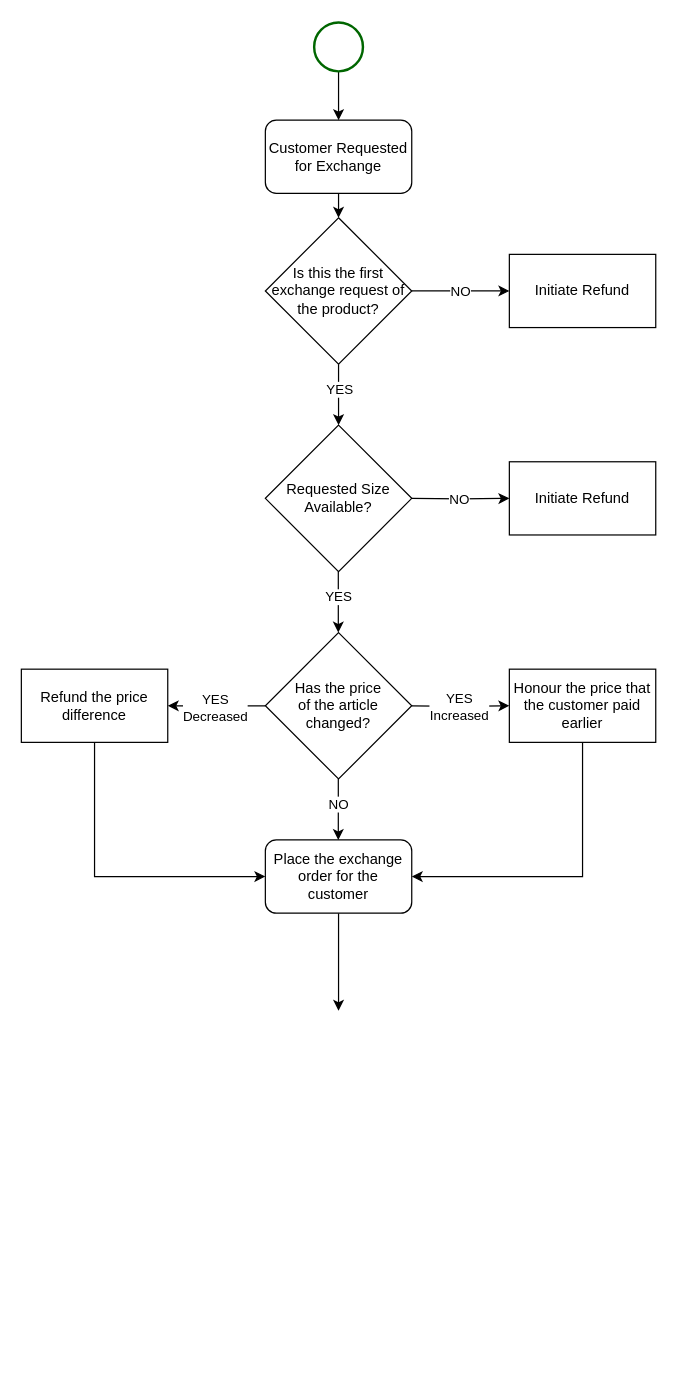
Above: Exchange.drawio in SaketNarayane/ProcessFlows (draw.io), before the change. Source tidied: cells renumbered, new cells numbered last; positions are measured from the earlier drawing's top-left corner, leaving out a move shared by most shapes. Both pictures are drawn from the tidied source at 122%, with x=0, y=0 at pixel (21, 22).
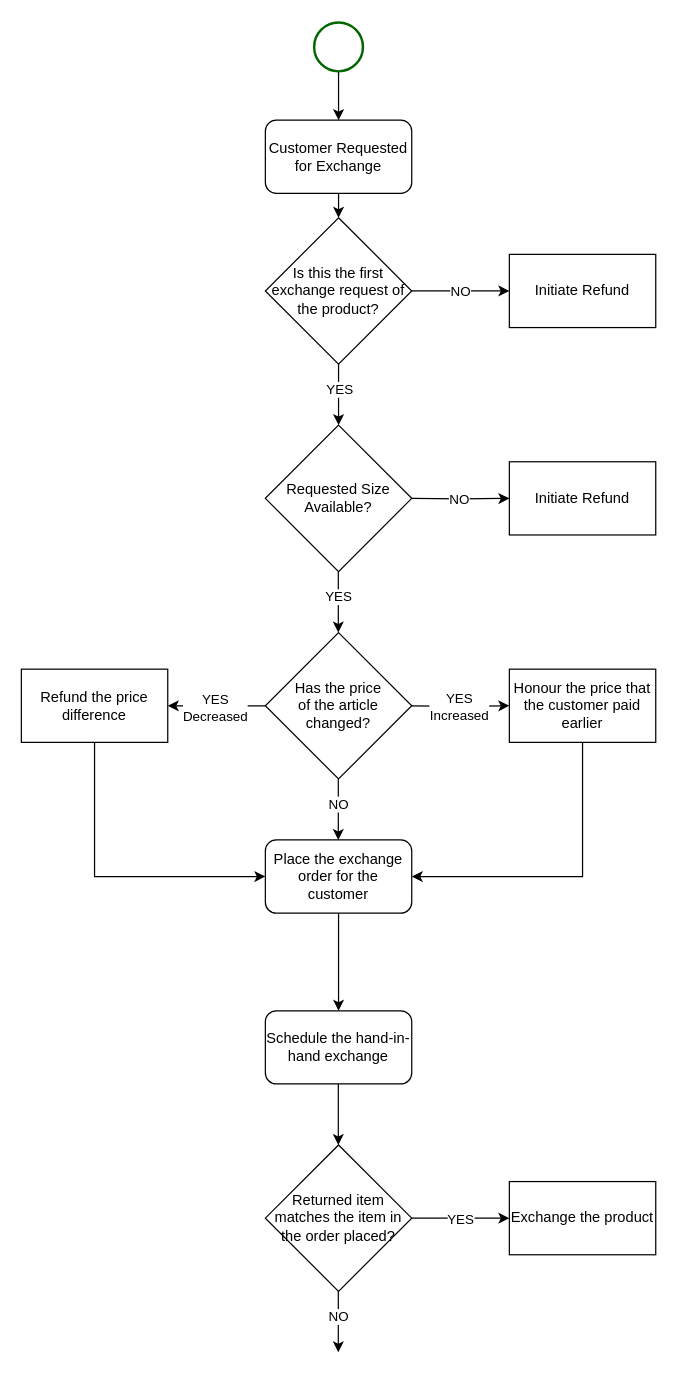
The same diagram, later.

Diff of the diagram source:
```diff
@@
+    <mxCell id="31" value="Schedule the hand-in-hand exchange" style="rounded=1;whiteSpace=wrap;html=1;" parent="1" vertex="1">
+      <mxGeometry x="200" y="810" width="120" height="60" as="geometry" />
+    </mxCell>
+    <mxCell id="32" style="edgeStyle=orthogonalEdgeStyle;rounded=0;orthogonalLoop=1;jettySize=auto;html=1;exitX=0.5;exitY=1;exitDx=0;exitDy=0;" parent="1" edge="1">
+      <mxGeometry relative="1" as="geometry">
+        <mxPoint x="259.8" y="870" as="sourcePoint" />
+        <mxPoint x="259.8" y="920" as="targetPoint" />
+      </mxGeometry>
+    </mxCell>
+    <mxCell id="33" value="Returned item matches the item in the order placed?" style="rhombus;whiteSpace=wrap;html=1;" parent="1" vertex="1">
+      <mxGeometry x="200" y="920" width="120" height="120" as="geometry" />
+    </mxCell>
+    <mxCell id="34" style="edgeStyle=orthogonalEdgeStyle;rounded=0;orthogonalLoop=1;jettySize=auto;html=1;exitX=0.5;exitY=1;exitDx=0;exitDy=0;" parent="1" edge="1">
+      <mxGeometry relative="1" as="geometry">
+        <mxPoint x="259.8" y="1040" as="sourcePoint" />
+        <mxPoint x="259.8" y="1090" as="targetPoint" />
+      </mxGeometry>
+    </mxCell>
+    <mxCell id="35" value="NO" style="edgeLabel;html=1;align=center;verticalAlign=middle;" parent="34" vertex="1">
+      <mxGeometry x="-0.21" relative="1" as="geometry" />
+    </mxCell>
+    <mxCell id="36" style="edgeStyle=orthogonalEdgeStyle;rounded=0;orthogonalLoop=1;jettySize=auto;html=1;exitX=1;exitY=0.5;exitDx=0;exitDy=0;entryX=0;entryY=0.5;entryDx=0;entryDy=0;" parent="1" edge="1">
+      <mxGeometry relative="1" as="geometry">
+        <mxPoint x="320" y="980" as="sourcePoint" />
+        <mxPoint x="400" y="980" as="targetPoint" />
+      </mxGeometry>
+    </mxCell>
+    <mxCell id="37" value="YES" style="edgeLabel;html=1;align=center;verticalAlign=middle;" parent="36" vertex="1">
+      <mxGeometry x="-0.03" relative="1" as="geometry" />
+    </mxCell>
+    <mxCell id="38" value="Exchange the product" style="whiteSpace=wrap;html=1;" parent="1" vertex="1">
+      <mxGeometry x="400" y="950" width="120" height="60" as="geometry" />
+    </mxCell>
```
